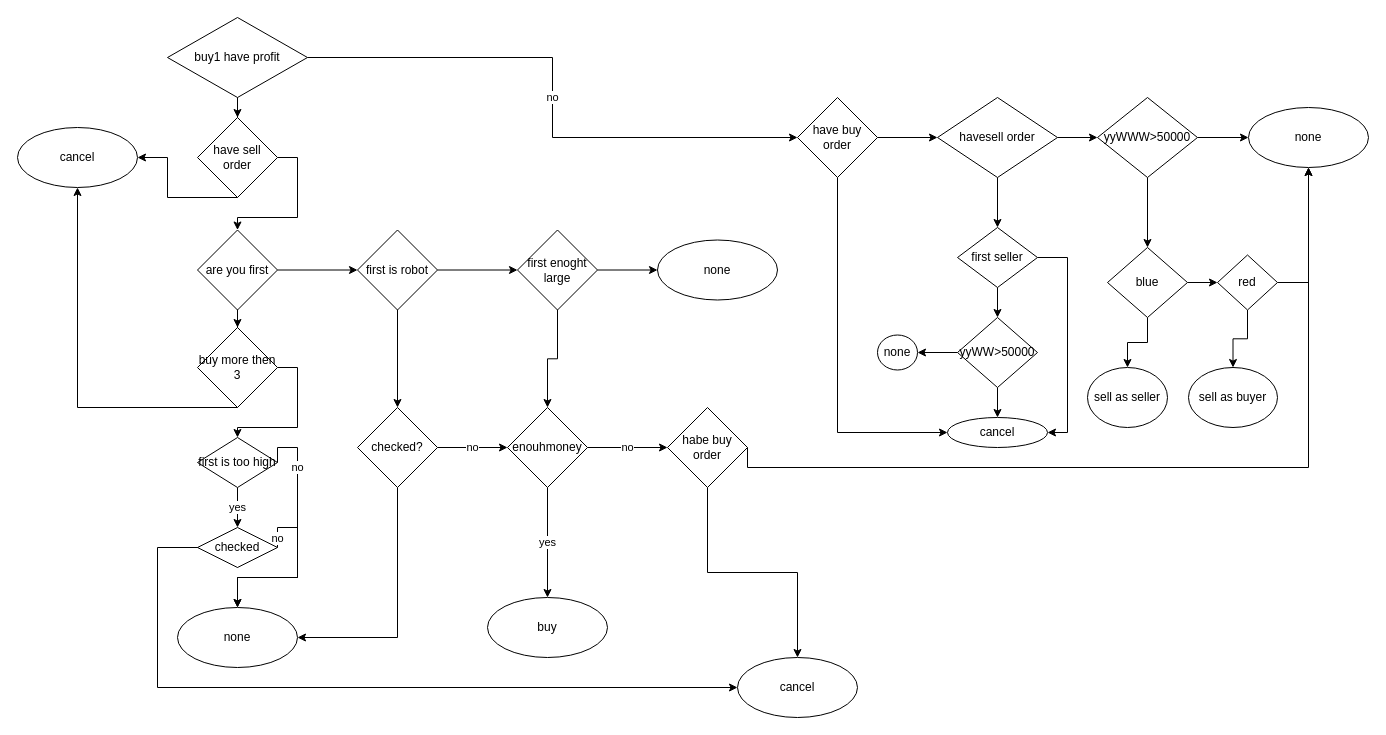
Earlier version of the draw.io diagram page "第 3 页" (3 of 3) of 未命名绘图.drawio (fzuguo/hello-world). Source tidied: cells renumbered, new cells numbered last; positions are measured from the earlier drawing's top-left corner, leaving out a move shared by most shapes. Both pictures are drawn from the tidied source at 100%, with x=0, y=0 at pixel (17, 17).
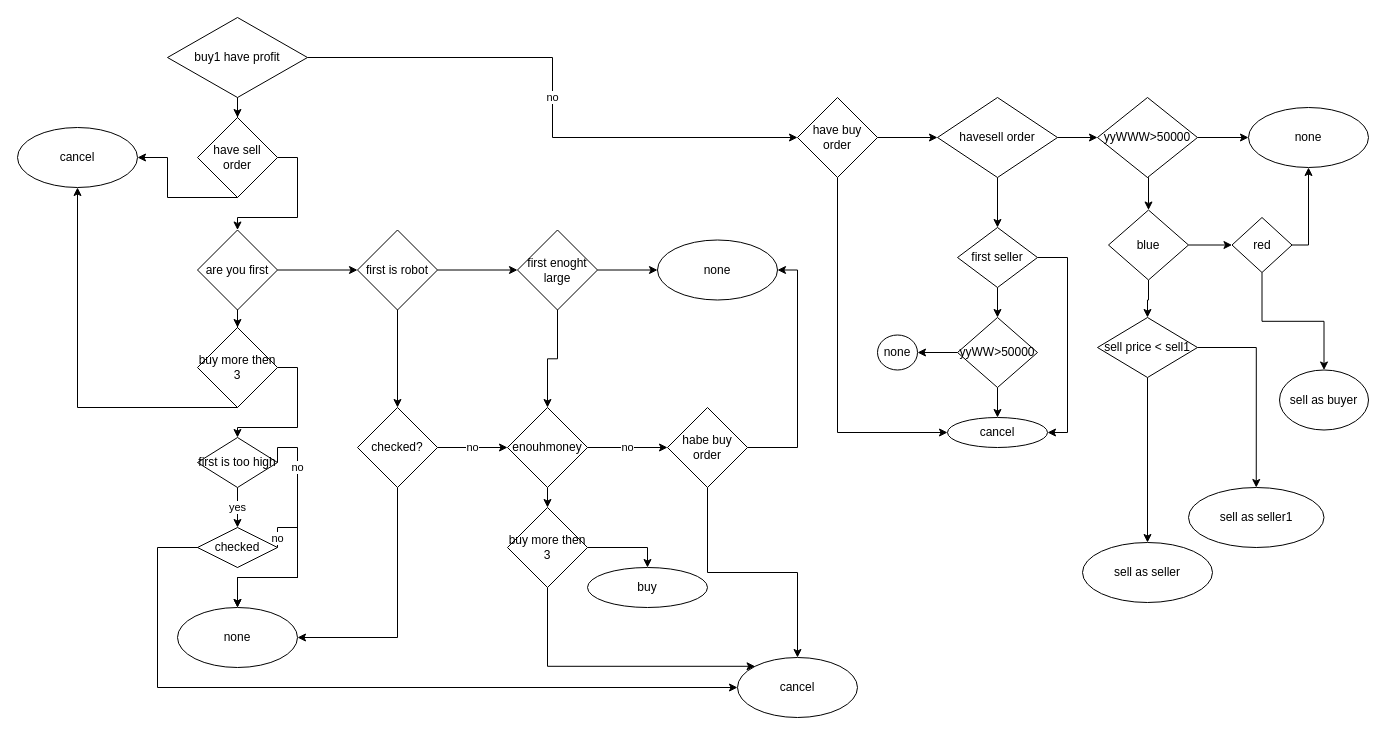
Above is the later version.

Commit message:
更新未命名绘图.drawio

The change refers to these unchanged cells:
```xml
<mxCell id="8" value="cancel" style="ellipse;whiteSpace=wrap;html=1;" parent="1" vertex="1">
  <mxGeometry x="720" y="640" width="120" height="60" as="geometry" />
</mxCell>
<mxCell id="13" value="none" style="ellipse;whiteSpace=wrap;html=1;" parent="1" vertex="1">
  <mxGeometry x="1231" y="90" width="120" height="60" as="geometry" />
</mxCell>
<mxCell id="23" value="enouhmoney" style="rhombus;whiteSpace=wrap;html=1;" parent="1" vertex="1">
  <mxGeometry x="490" y="390" width="80" height="80" as="geometry" />
</mxCell>
<mxCell id="26" value="habe buy order" style="rhombus;whiteSpace=wrap;html=1;" parent="1" vertex="1">
  <mxGeometry x="650" y="390" width="80" height="80" as="geometry" />
</mxCell>
<mxCell id="66" value="none" style="ellipse;whiteSpace=wrap;html=1;" parent="1" vertex="1">
  <mxGeometry x="640" y="222.5" width="120" height="60" as="geometry" />
</mxCell>
```

Change to the diagram source:
```diff
@@
     <mxCell id="17" value="buy" style="ellipse;whiteSpace=wrap;html=1;" parent="1" vertex="1">
-      <mxGeometry x="470" y="580" width="120" height="60" as="geometry" />
+      <mxGeometry x="570" y="550" width="120" height="40" as="geometry" />
     </mxCell>
@@
-    <mxCell id="22" value="yes" style="edgeStyle=orthogonalEdgeStyle;rounded=0;jettySize=auto;html=1;exitX=0.5;exitY=1;exitDx=0;exitDy=0;entryX=0.5;entryY=0;entryDx=0;entryDy=0;" parent="1" edge="1" source="23" target="17">
-      <mxGeometry relative="1" as="geometry" />
-    </mxCell>
+    <mxCell id="67" style="edgeStyle=orthogonalEdgeStyle;rounded=0;jettySize=auto;html=1;exitX=0.5;exitY=1;exitDx=0;exitDy=0;entryX=0.5;entryY=0;entryDx=0;entryDy=0;" parent="1" edge="1" source="23" target="72">
+      <mxGeometry relative="1" as="geometry" />
+    </mxCell>
@@
-    <mxCell id="25" style="edgeStyle=orthogonalEdgeStyle;rounded=0;jettySize=auto;html=1;exitX=1;exitY=0.5;exitDx=0;exitDy=0;entryX=0.5;entryY=1;entryDx=0;entryDy=0;" parent="1" edge="1" source="26" target="13">
-      <mxGeometry relative="1" as="geometry">
-        <Array as="points">
-          <mxPoint x="730" y="450" />
-          <mxPoint x="1291" y="450" />
-        </Array>
-      </mxGeometry>
-    </mxCell>
+    <mxCell id="68" style="edgeStyle=orthogonalEdgeStyle;rounded=0;jettySize=auto;html=1;exitX=1;exitY=0.5;exitDx=0;exitDy=0;entryX=1;entryY=0.5;entryDx=0;entryDy=0;" parent="1" edge="1" source="26" target="66">
+      <mxGeometry relative="1" as="geometry" />
+    </mxCell>
@@
-    <mxCell id="36" style="edgeStyle=orthogonalEdgeStyle;rounded=0;jettySize=auto;html=1;" parent="1" edge="1" source="38" target="45">
-      <mxGeometry relative="1" as="geometry" />
-    </mxCell>
@@
+    <mxCell id="69" style="edgeStyle=orthogonalEdgeStyle;rounded=0;jettySize=auto;html=1;" parent="1" edge="1" source="38" target="75">
+      <mxGeometry relative="1" as="geometry" />
+    </mxCell>
     <mxCell id="38" value="blue" style="rhombus;whiteSpace=wrap;html=1;" parent="1" vertex="1">
-      <mxGeometry x="1090" y="230" width="80" height="70" as="geometry" />
+      <mxGeometry x="1091" y="192.5" width="80" height="70" as="geometry" />
     </mxCell>
@@
     <mxCell id="45" value="sell as seller" style="ellipse;whiteSpace=wrap;html=1;" parent="1" vertex="1">
-      <mxGeometry x="1070" y="350" width="80" height="60" as="geometry" />
+      <mxGeometry x="1065" y="525" width="130" height="60" as="geometry" />
     </mxCell>
@@
     <mxCell id="47" style="edgeStyle=orthogonalEdgeStyle;rounded=0;jettySize=auto;html=1;exitX=1;exitY=0.5;exitDx=0;exitDy=0;entryX=0.5;entryY=1;entryDx=0;entryDy=0;" parent="1" edge="1" source="48" target="13">
-      <mxGeometry relative="1" as="geometry" />
+      <mxGeometry relative="1" as="geometry">
+        <Array as="points">
+          <mxPoint x="1291" y="228" />
+        </Array>
+      </mxGeometry>
     </mxCell>
     <mxCell id="48" value="red" style="rhombus;whiteSpace=wrap;html=1;" parent="1" vertex="1">
-      <mxGeometry x="1200" y="237.5" width="60" height="55" as="geometry" />
+      <mxGeometry x="1214.5" y="200" width="60" height="55" as="geometry" />
     </mxCell>
     <mxCell id="49" value="sell as buyer" style="ellipse;whiteSpace=wrap;html=1;" parent="1" vertex="1">
-      <mxGeometry x="1171" y="350" width="89" height="60" as="geometry" />
+      <mxGeometry x="1262" y="352.5" width="89" height="60" as="geometry" />
     </mxCell>
@@
+    <mxCell id="70" style="edgeStyle=orthogonalEdgeStyle;rounded=0;jettySize=auto;html=1;exitX=1;exitY=0.5;exitDx=0;exitDy=0;entryX=0.5;entryY=0;entryDx=0;entryDy=0;" parent="1" edge="1" source="72" target="17">
+      <mxGeometry relative="1" as="geometry" />
+    </mxCell>
+    <mxCell id="71" style="edgeStyle=orthogonalEdgeStyle;rounded=0;jettySize=auto;html=1;exitX=0.5;exitY=1;exitDx=0;exitDy=0;entryX=0;entryY=0;entryDx=0;entryDy=0;" parent="1" edge="1" source="72" target="8">
+      <mxGeometry relative="1" as="geometry">
+        <Array as="points">
+          <mxPoint x="530" y="649" />
+        </Array>
+      </mxGeometry>
+    </mxCell>
+    <mxCell id="72" value="buy more then 3" style="rhombus;whiteSpace=wrap;html=1;" parent="1" vertex="1">
+      <mxGeometry x="490" y="490" width="80" height="80" as="geometry" />
+    </mxCell>
+    <mxCell id="73" style="edgeStyle=orthogonalEdgeStyle;rounded=0;jettySize=auto;html=1;exitX=0.5;exitY=1;exitDx=0;exitDy=0;entryX=0.5;entryY=0;entryDx=0;entryDy=0;" parent="1" edge="1" source="75" target="45">
+      <mxGeometry relative="1" as="geometry" />
+    </mxCell>
+    <mxCell id="74" style="edgeStyle=orthogonalEdgeStyle;rounded=0;jettySize=auto;html=1;exitX=1;exitY=0.5;exitDx=0;exitDy=0;entryX=0.5;entryY=0;entryDx=0;entryDy=0;" parent="1" edge="1" source="75" target="76">
+      <mxGeometry relative="1" as="geometry" />
+    </mxCell>
+    <mxCell id="75" value="sell price &amp;lt; sell1" style="rhombus;whiteSpace=wrap;html=1;" parent="1" vertex="1">
+      <mxGeometry x="1080" y="300" width="100" height="60" as="geometry" />
+    </mxCell>
+    <mxCell id="76" value="sell as seller1" style="ellipse;whiteSpace=wrap;html=1;" parent="1" vertex="1">
+      <mxGeometry x="1171" y="470" width="135.5" height="60" as="geometry" />
+    </mxCell>
```
